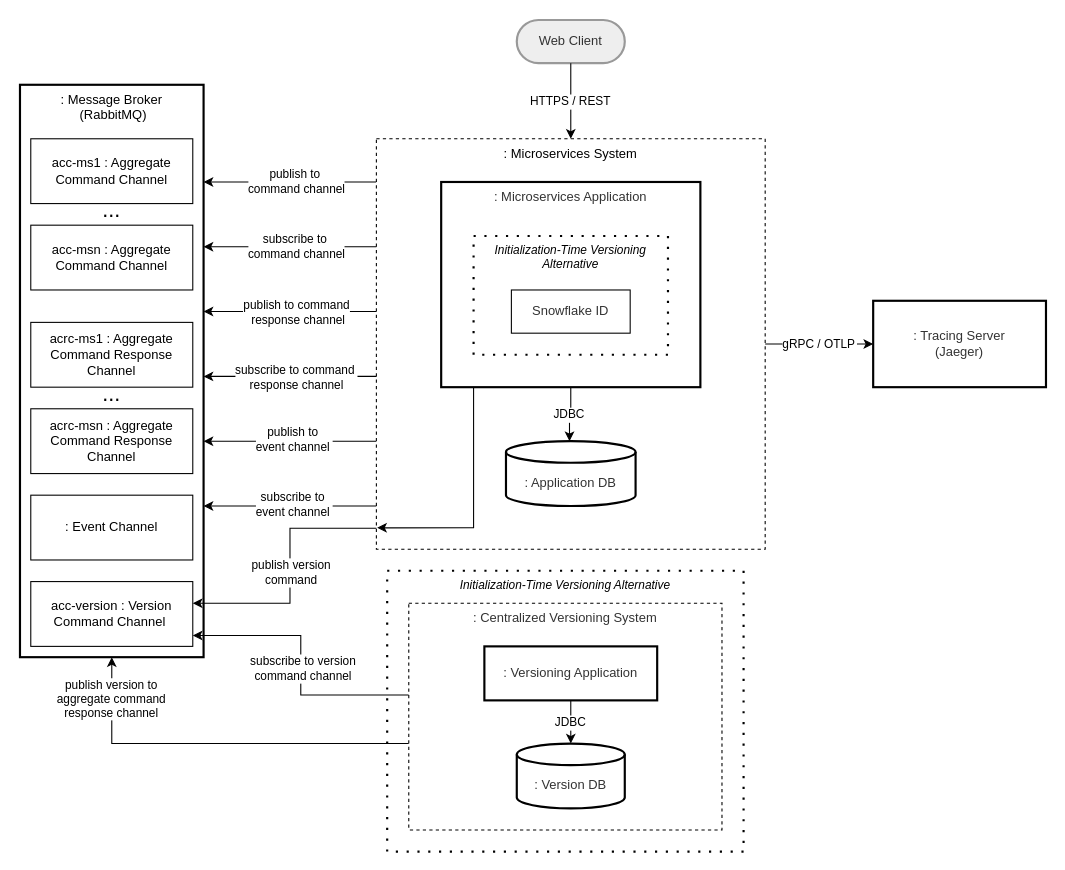
socialsoftware/microservices-simulator keeps this draw.io diagram as data/figs/architecture/topology_stream.drawio. Above is the earlier version. Source tidied: cells renumbered, new cells numbered last; positions are measured from the earlier drawing's top-left corner, leaving out a move shared by most shapes. Both pictures are drawn from the tidied source at 108%, with x=0, y=0 at pixel (19, 19).
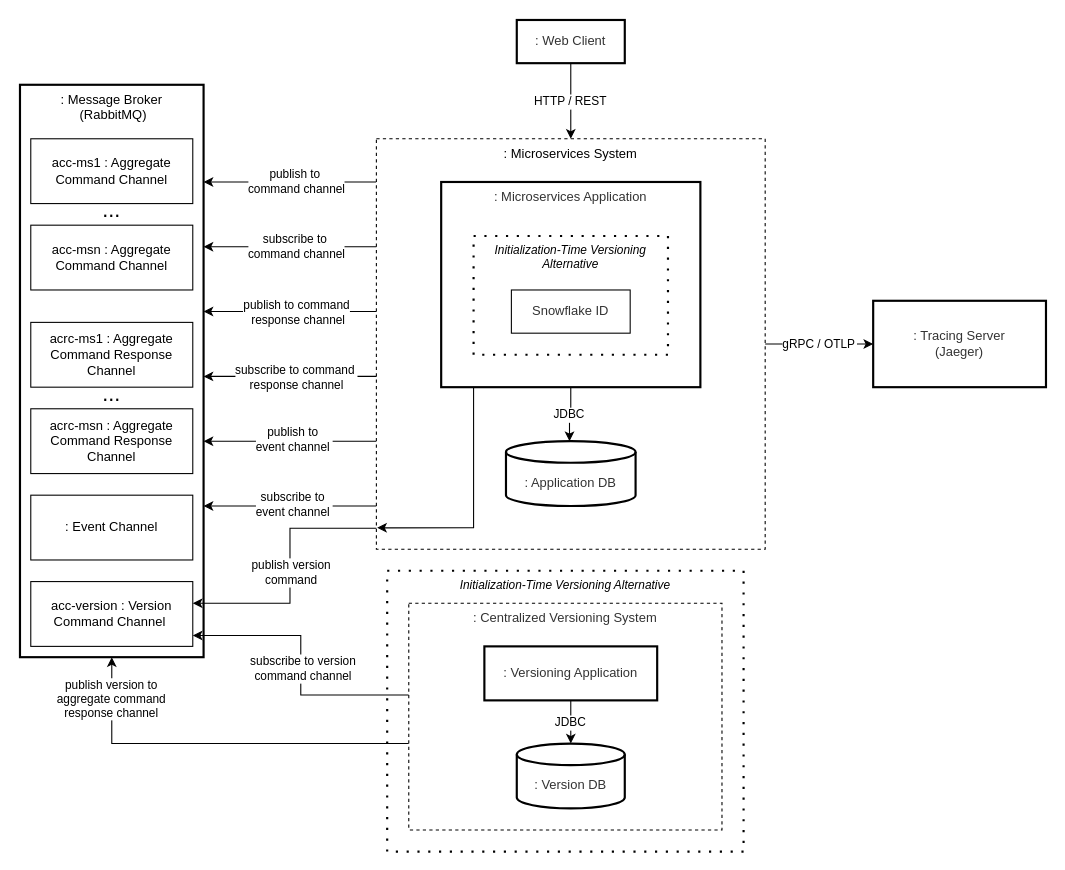
The same page after the edit.

The change refers to these unchanged cells:
```xml
<mxCell id="8" value=": Microservices System" style="whiteSpace=wrap;strokeWidth=1;verticalAlign=top;dashed=1;" parent="1" vertex="1">
  <mxGeometry x="330" y="110" width="360" height="380" as="geometry" />
</mxCell>
```

What changed in the source:
```diff
@@
-    <mxCell id="14" value="Web Client" style="rounded=1;whiteSpace=wrap;arcSize=50;strokeWidth=2;fillColor=light-dark(#eeeeee,#1f2020);strokeColor=light-dark(#999999,#cccccc);fontColor=light-dark(#333333,#cccccc);" parent="1" vertex="1">
+    <mxCell id="14" value=": Web Client" style="whiteSpace=wrap;strokeWidth=2;fillColor=#ffffff;strokeColor=#000000;fontColor=light-dark(#333333,#cccccc);" parent="1" vertex="1">
       <mxGeometry x="460" width="100" height="40" as="geometry" />
     </mxCell>
@@
-    <mxCell id="16" value="HTTPS / REST" style="startArrow=none;endArrow=classic;exitX=0.5;exitY=1;entryX=0.5;entryY=0;rounded=0;edgeStyle=orthogonalEdgeStyle;endFill=1;" parent="1" edge="1" source="14" target="8">
+    <mxCell id="16" value="HTTP / REST" style="startArrow=none;endArrow=classic;exitX=0.5;exitY=1;entryX=0.5;entryY=0;rounded=0;edgeStyle=orthogonalEdgeStyle;endFill=1;" parent="1" edge="1" source="14" target="8">
       <mxGeometry relative="1" as="geometry" />
     </mxCell>
```
